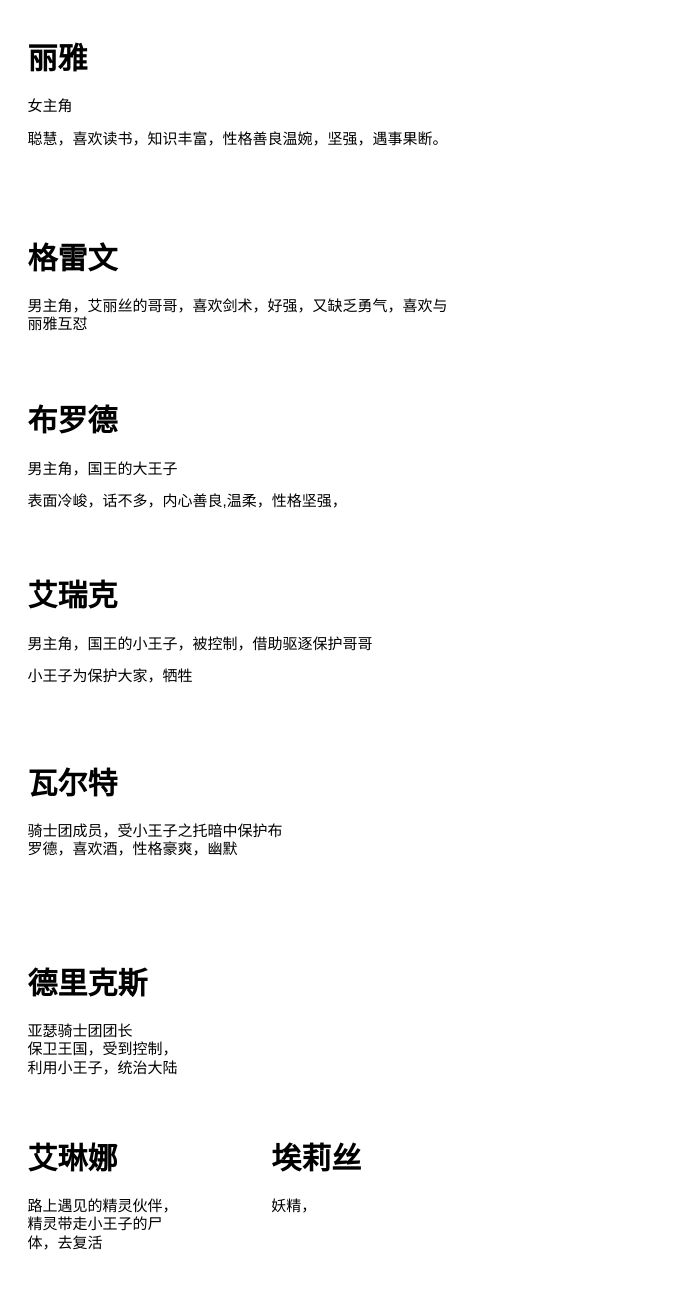
goldmine/base keeps this draw.io diagram as page "actor" (3 of 10) of unity.drawio. Above is the earlier version. Source tidied: cells renumbered, new cells numbered last; positions are measured from the earlier drawing's top-left corner, leaving out a move shared by most shapes. Both pictures are drawn from the tidied source at 125%, with x=0, y=0 at pixel (21, 34).
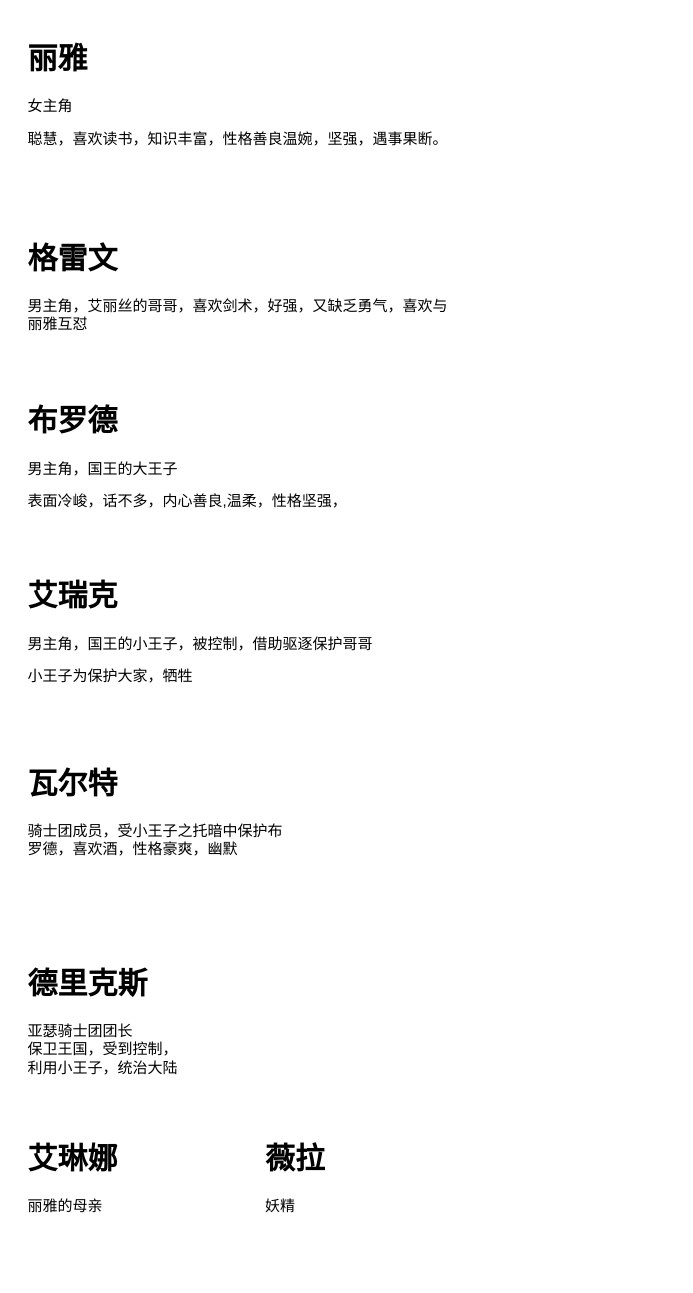
The same diagram, later.

Diff of the diagram source:
```diff
@@
 <mxGraphModel>
   <root>
     <mxCell id="0" />
     <mxCell id="1" parent="0" />
     <mxCell id="2" value="&lt;h1&gt;丽雅&lt;/h1&gt;&lt;p&gt;女主角&lt;/p&gt;&lt;p&gt;聪慧，喜欢读书，知识丰富，性格善良温婉，坚强，遇事果断。&lt;/p&gt;" style="text;html=1;strokeColor=none;fillColor=none;spacing=5;spacingTop=-20;whiteSpace=wrap;overflow=hidden;rounded=0;" parent="1" vertex="1">
       <mxGeometry width="440" height="120" as="geometry" />
     </mxCell>
     <mxCell id="3" value="&lt;h1&gt;格雷文&lt;/h1&gt;&lt;p&gt;男主角，艾丽丝的哥哥，喜欢剑术，好强，又缺乏勇气，喜欢与丽雅互怼&lt;/p&gt;" style="text;html=1;strokeColor=none;fillColor=none;spacing=5;spacingTop=-20;whiteSpace=wrap;overflow=hidden;rounded=0;" parent="1" vertex="1">
       <mxGeometry y="160" width="350" height="80" as="geometry" />
     </mxCell>
     <mxCell id="4" value="&lt;h1&gt;布罗德&lt;/h1&gt;&lt;p&gt;男主角，国王的大王子&lt;br&gt;&lt;/p&gt;&lt;p&gt;表面冷峻，话不多，内心善良,温柔，性格坚强，&lt;br&gt;&lt;/p&gt;" style="text;html=1;strokeColor=none;fillColor=none;spacing=5;spacingTop=-20;whiteSpace=wrap;overflow=hidden;rounded=0;" parent="1" vertex="1">
       <mxGeometry y="290" width="350" height="110" as="geometry" />
     </mxCell>
     <mxCell id="5" value="&lt;h1&gt;艾瑞克&lt;/h1&gt;&lt;p&gt;男主角，国王的小王子，被控制，借助驱逐保护哥哥&lt;/p&gt;&lt;p&gt;小王子为保护大家，牺牲&lt;/p&gt;&lt;p&gt;&lt;br&gt;&lt;/p&gt;&lt;p&gt;&lt;br&gt;&lt;/p&gt;" style="text;html=1;strokeColor=none;fillColor=none;spacing=5;spacingTop=-20;whiteSpace=wrap;overflow=hidden;rounded=0;" parent="1" vertex="1">
       <mxGeometry y="430" width="520" height="150" as="geometry" />
     </mxCell>
     <mxCell id="6" value="&lt;h1&gt;&lt;br&gt;&lt;/h1&gt;" style="text;html=1;strokeColor=none;fillColor=none;spacing=5;spacingTop=-20;whiteSpace=wrap;overflow=hidden;rounded=0;" parent="1" vertex="1">
       <mxGeometry y="600" width="130" height="110" as="geometry" />
     </mxCell>
     <mxCell id="7" value="&lt;h1&gt;瓦尔特&lt;/h1&gt;&lt;p&gt;骑士团成员，受小王子之托暗中保护布罗德，喜欢酒，性格豪爽，幽默&lt;/p&gt;&lt;p&gt;&lt;br&gt;&lt;/p&gt;&lt;p&gt;&lt;br&gt;&lt;/p&gt;" style="text;html=1;strokeColor=none;fillColor=none;spacing=5;spacingTop=-20;whiteSpace=wrap;overflow=hidden;rounded=0;" parent="1" vertex="1">
       <mxGeometry y="580" width="220" height="110" as="geometry" />
     </mxCell>
     <mxCell id="8" value="&lt;h1&gt;德里克斯&lt;/h1&gt;&lt;p&gt;亚瑟骑士团团长&lt;br style=&quot;border-color: var(--border-color); text-align: center;&quot;&gt;&lt;span style=&quot;text-align: center;&quot;&gt;保卫王国，受到控制，利用小王子，统治大陆&lt;/span&gt;&lt;br&gt;&lt;/p&gt;&lt;p&gt;&lt;br&gt;&lt;/p&gt;&lt;p&gt;&lt;br&gt;&lt;/p&gt;" style="text;html=1;strokeColor=none;fillColor=none;spacing=5;spacingTop=-20;whiteSpace=wrap;overflow=hidden;rounded=0;" parent="1" vertex="1">
       <mxGeometry y="740" width="130" height="110" as="geometry" />
     </mxCell>
-    <mxCell id="9" value="&lt;h1&gt;艾琳娜&lt;/h1&gt;&lt;p&gt;路上遇见的精灵伙伴，精灵带走小王子的尸体，去复活&lt;/p&gt;&lt;p&gt;&lt;br&gt;&lt;/p&gt;&lt;p&gt;&lt;br&gt;&lt;/p&gt;" style="text;html=1;strokeColor=none;fillColor=none;spacing=5;spacingTop=-20;whiteSpace=wrap;overflow=hidden;rounded=0;" parent="1" vertex="1">
+    <mxCell id="9" value="&lt;h1&gt;艾琳娜&lt;/h1&gt;&lt;p&gt;丽雅的母亲&lt;/p&gt;&lt;p&gt;&lt;br&gt;&lt;/p&gt;" style="text;html=1;strokeColor=none;fillColor=none;spacing=5;spacingTop=-20;whiteSpace=wrap;overflow=hidden;rounded=0;" parent="1" vertex="1">
       <mxGeometry y="880" width="130" height="110" as="geometry" />
     </mxCell>
-    <mxCell id="10" value="&lt;h1&gt;埃莉丝&lt;/h1&gt;&lt;p&gt;妖精，&lt;/p&gt;&lt;p&gt;&lt;br&gt;&lt;/p&gt;&lt;p&gt;&lt;br&gt;&lt;/p&gt;&lt;p&gt;&lt;br&gt;&lt;/p&gt;" style="text;html=1;strokeColor=none;fillColor=none;spacing=5;spacingTop=-20;whiteSpace=wrap;overflow=hidden;rounded=0;" parent="1" vertex="1">
-      <mxGeometry x="195" y="880" width="130" height="110" as="geometry" />
+    <mxCell id="10" value="&lt;h1&gt;薇拉&lt;/h1&gt;&lt;p&gt;妖精&lt;/p&gt;&lt;p&gt;&lt;br&gt;&lt;/p&gt;&lt;p&gt;&lt;br&gt;&lt;/p&gt;&lt;p&gt;&lt;br&gt;&lt;/p&gt;" style="text;html=1;strokeColor=none;fillColor=none;spacing=5;spacingTop=-20;whiteSpace=wrap;overflow=hidden;rounded=0;" parent="1" vertex="1">
+      <mxGeometry x="190" y="880" width="130" height="110" as="geometry" />
     </mxCell>
   </root>
 </mxGraphModel>
```
